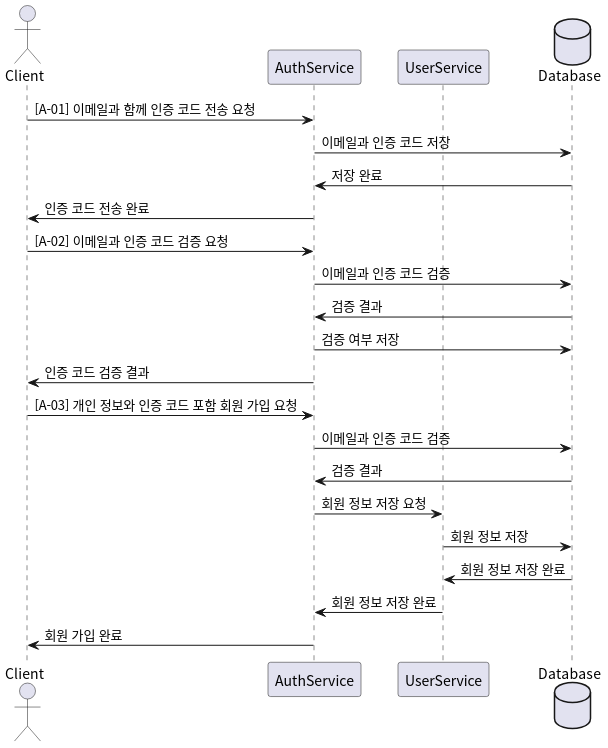
Before: Docs/UML/verification.png, a diagram exported from PlantUML (Yush1nk1m/SCS). Its source is kept beside it as Docs/UML/verification.puml.
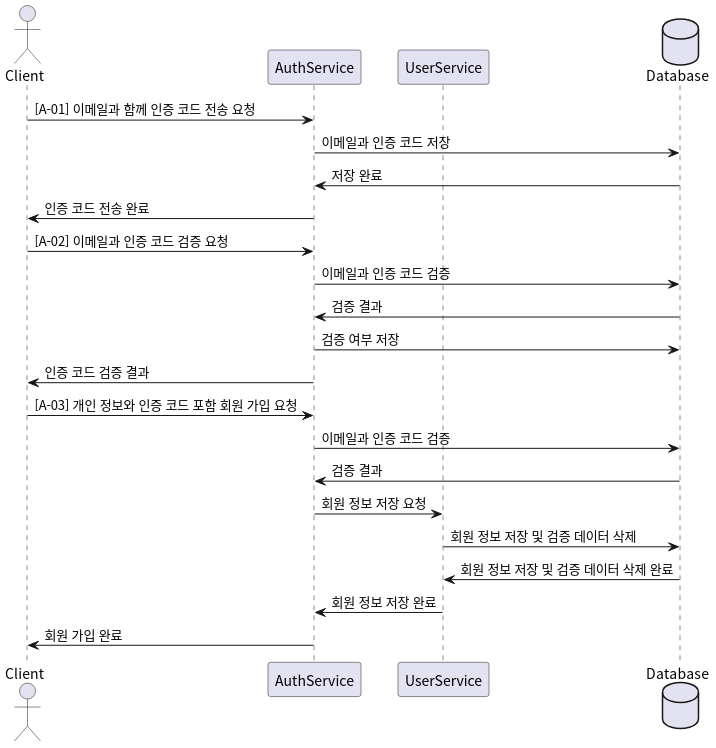
After the commit.

Diff of the diagram source:
```diff
@@ -20,8 +20,8 @@
 Auth -> DB : 이메일과 인증 코드 검증
 DB -> Auth : 검증 결과
 Auth -> User : 회원 정보 저장 요청
-User -> DB : 회원 정보 저장
-DB -> User : 회원 정보 저장 완료
+User -> DB : 회원 정보 저장 및 검증 데이터 삭제
+DB -> User : 회원 정보 저장 및 검증 데이터 삭제 완료
 User -> Auth : 회원 정보 저장 완료
 Auth -> Client : 회원 가입 완료
 @enduml
```
